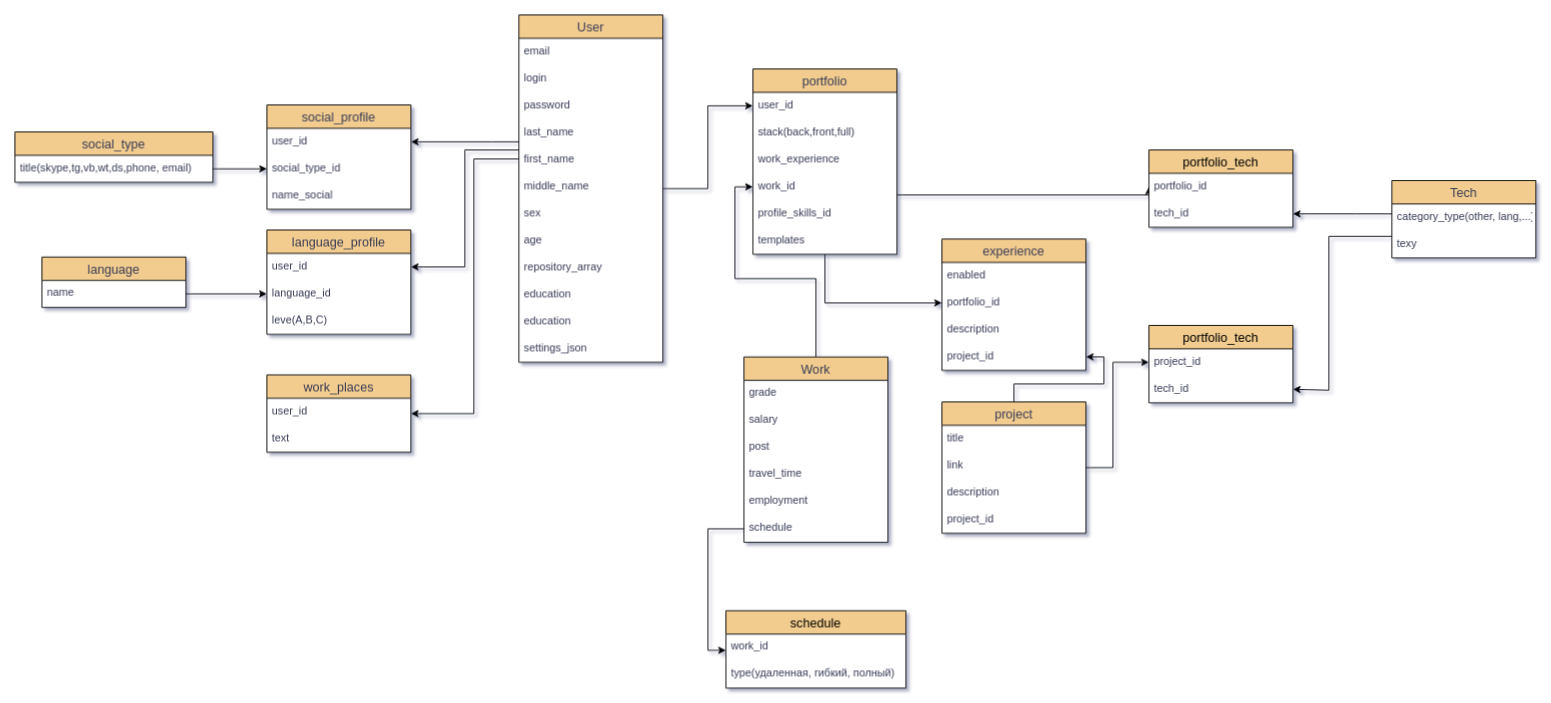
Before: portfolio.drawio in odi1n/portfolio, a draw.io diagram. Source tidied: cells renumbered, new cells numbered last; positions are measured from the earlier drawing's top-left corner, leaving out a move shared by most shapes. Both pictures are drawn from the tidied source at 90%, with x=0, y=0 at pixel (14, 14).
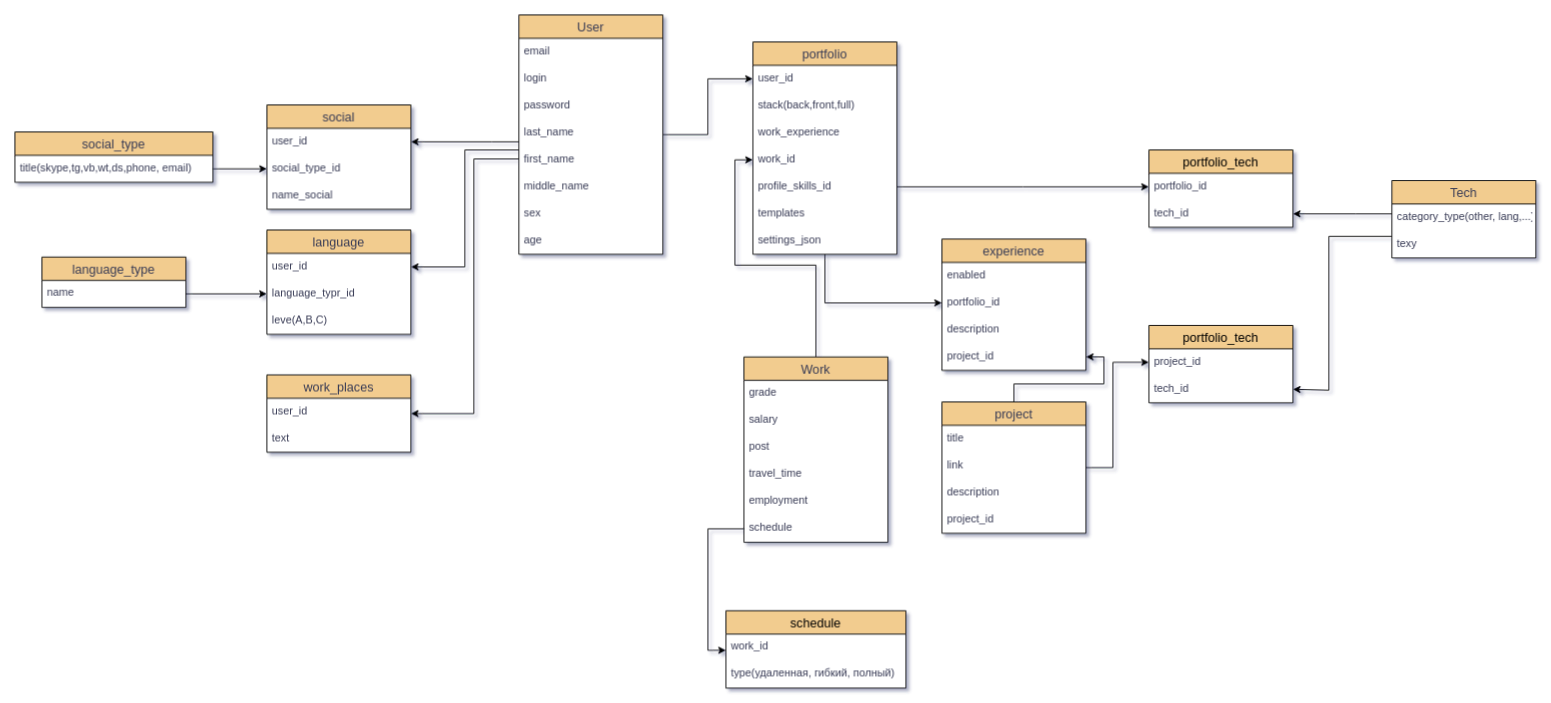
After the change.

Commit message:
Поправил таблицу

Unchanged cells that the change refers to:
```xml
<mxCell id="68" value="portfolio_id" style="text;strokeColor=none;fillColor=none;spacingLeft=4;spacingRight=4;overflow=hidden;points=[[0,0.5],[1,0.5]];portConstraint=eastwest;fontSize=12;rounded=0;shadow=0;sketch=0;fontColor=#393C56;" parent="67" vertex="1">
  <mxGeometry y="26" width="160" height="30" as="geometry" />
</mxCell>
```

The edit, as a diff of the source:
```diff
@@
     <mxCell id="6" value="User" style="swimlane;fontStyle=0;horizontal=1;startSize=26;align=center;fontSize=14;rounded=0;shadow=0;sketch=0;fontColor=#393C56;strokeColor=default;fillColor=#F2CC8F;swimlaneFillColor=default;" parent="1" vertex="1">
-      <mxGeometry x="560" width="160" height="386" as="geometry" />
+      <mxGeometry x="560" width="160" height="266" as="geometry" />
     </mxCell>
@@
-    <mxCell id="15" value="repository_array" style="text;strokeColor=none;fillColor=none;spacingLeft=4;spacingRight=4;overflow=hidden;fontSize=12;rounded=0;shadow=0;sketch=0;fontColor=#393C56;" parent="6" vertex="1">
-      <mxGeometry y="266" width="160" height="30" as="geometry" />
-    </mxCell>
-    <mxCell id="16" value="education" style="text;strokeColor=none;fillColor=none;spacingLeft=4;spacingRight=4;overflow=hidden;fontSize=12;rounded=0;shadow=0;sketch=0;fontColor=#393C56;" parent="6" vertex="1">
-      <mxGeometry y="296" width="160" height="30" as="geometry" />
-    </mxCell>
-    <mxCell id="17" value="education" style="text;strokeColor=none;fillColor=none;spacingLeft=4;spacingRight=4;overflow=hidden;fontSize=12;rounded=0;shadow=0;sketch=0;fontColor=#393C56;" parent="6" vertex="1">
-      <mxGeometry y="326" width="160" height="30" as="geometry" />
-    </mxCell>
-    <mxCell id="18" value="settings_json" style="text;strokeColor=none;fillColor=none;spacingLeft=4;spacingRight=4;overflow=hidden;fontSize=12;rounded=0;shadow=0;sketch=0;fontColor=#393C56;" parent="6" vertex="1">
-      <mxGeometry y="356" width="160" height="30" as="geometry" />
-    </mxCell>
@@
-    <mxCell id="21" value="social_profile" style="swimlane;fontStyle=0;horizontal=1;startSize=26;align=center;fontSize=14;rounded=0;shadow=0;sketch=0;fontColor=#393C56;strokeColor=default;fillColor=#F2CC8F;swimlaneFillColor=default;" parent="1" vertex="1">
+    <mxCell id="21" value="social" style="swimlane;fontStyle=0;horizontal=1;startSize=26;align=center;fontSize=14;rounded=0;shadow=0;sketch=0;fontColor=#393C56;strokeColor=default;fillColor=#F2CC8F;swimlaneFillColor=default;" parent="1" vertex="1">
       <mxGeometry x="280" y="100" width="160" height="116" as="geometry" />
     </mxCell>
@@
-    <mxCell id="26" value="language" style="swimlane;fontStyle=0;horizontal=1;startSize=26;align=center;fontSize=14;rounded=0;shadow=0;sketch=0;fontColor=#393C56;strokeColor=default;fillColor=#F2CC8F;swimlaneFillColor=default;" parent="1" vertex="1">
+    <mxCell id="26" value="language_type" style="swimlane;fontStyle=0;horizontal=1;startSize=26;align=center;fontSize=14;rounded=0;shadow=0;sketch=0;fontColor=#393C56;strokeColor=default;fillColor=#F2CC8F;swimlaneFillColor=default;" parent="1" vertex="1">
       <mxGeometry x="30" y="269" width="160" height="56" as="geometry" />
     </mxCell>
@@
-    <mxCell id="28" value="language_profile" style="swimlane;fontStyle=0;horizontal=1;startSize=26;align=center;fontSize=14;rounded=0;shadow=0;sketch=0;fontColor=#393C56;strokeColor=default;fillColor=#F2CC8F;swimlaneFillColor=default;" parent="1" vertex="1">
+    <mxCell id="28" value="language" style="swimlane;fontStyle=0;horizontal=1;startSize=26;align=center;fontSize=14;rounded=0;shadow=0;sketch=0;fontColor=#393C56;strokeColor=default;fillColor=#F2CC8F;swimlaneFillColor=default;" parent="1" vertex="1">
       <mxGeometry x="280" y="239" width="160" height="116" as="geometry" />
     </mxCell>
@@
-    <mxCell id="30" value="language_id" style="text;strokeColor=none;fillColor=none;spacingLeft=4;spacingRight=4;overflow=hidden;points=[[0,0.5],[1,0.5]];portConstraint=eastwest;fontSize=12;rounded=0;shadow=0;sketch=0;fontColor=#393C56;" parent="28" vertex="1">
+    <mxCell id="30" value="language_typr_id" style="text;strokeColor=none;fillColor=none;spacingLeft=4;spacingRight=4;overflow=hidden;points=[[0,0.5],[1,0.5]];portConstraint=eastwest;fontSize=12;rounded=0;shadow=0;sketch=0;fontColor=#393C56;" parent="28" vertex="1">
       <mxGeometry y="56" width="160" height="30" as="geometry" />
     </mxCell>
@@
     <mxCell id="58" style="edgeStyle=orthogonalEdgeStyle;rounded=0;jettySize=auto;html=1;entryX=0;entryY=0.5;entryDx=0;entryDy=0;fontColor=default;" parent="1" edge="1" source="60" target="68">
       <mxGeometry relative="1" as="geometry">
         <Array as="points">
-          <mxPoint x="1260" y="200" />
+          <mxPoint x="1120" y="191" />
+          <mxPoint x="1120" y="191" />
         </Array>
       </mxGeometry>
     </mxCell>
@@
     <mxCell id="60" value="portfolio" style="swimlane;fontStyle=0;horizontal=1;startSize=26;align=center;fontSize=14;rounded=0;shadow=0;sketch=0;fontColor=#393C56;strokeColor=default;fillColor=#F2CC8F;swimlaneFillColor=default;" parent="1" vertex="1">
-      <mxGeometry x="820" y="60" width="160" height="206" as="geometry" />
+      <mxGeometry x="820" y="30" width="160" height="236" as="geometry" />
     </mxCell>
@@
+    <mxCell id="18" value="settings_json" style="text;strokeColor=none;fillColor=none;spacingLeft=4;spacingRight=4;overflow=hidden;fontSize=12;rounded=0;shadow=0;sketch=0;fontColor=#393C56;" parent="60" vertex="1">
+      <mxGeometry y="206" width="160" height="30" as="geometry" />
+    </mxCell>
```
